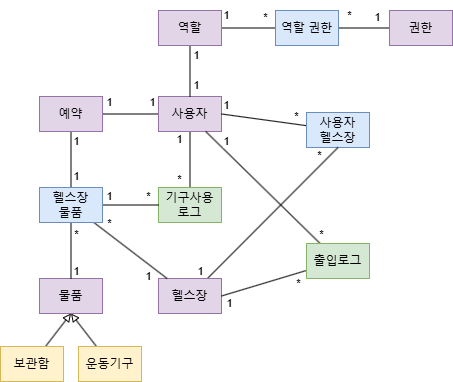
Before: domainModel250407.drawio.png, a diagram exported from draw.io (MK513/gymbarofit). Source tidied: cells renumbered, new cells last; positions are measured from the earlier drawing's top-left corner, leaving out a move shared by most shapes. The source it was exported from:
```xml
<mxGraphModel>
  <root>
    <mxCell id="0" />
    <mxCell id="1" parent="0" />
    <mxCell id="2" style="edgeStyle=orthogonalEdgeStyle;shape=connector;rounded=0;jettySize=auto;html=1;strokeColor=default;align=center;verticalAlign=middle;fontFamily=Helvetica;fontSize=11;fontColor=default;labelBackgroundColor=default;startFill=0;endArrow=none;" parent="1" edge="1" source="4" target="6">
      <mxGeometry relative="1" as="geometry" />
    </mxCell>
    <mxCell id="3" style="edgeStyle=orthogonalEdgeStyle;shape=connector;rounded=0;jettySize=auto;html=1;entryX=0.5;entryY=0;entryDx=0;entryDy=0;strokeColor=default;align=center;verticalAlign=middle;fontFamily=Helvetica;fontSize=11;fontColor=default;labelBackgroundColor=default;startFill=0;endArrow=none;" parent="1" edge="1" source="4" target="14">
      <mxGeometry relative="1" as="geometry" />
    </mxCell>
    <mxCell id="4" value="사용자" style="rounded=0;whiteSpace=wrap;html=1;fillColor=#e1d5e7;strokeColor=#9673a6;" parent="1" vertex="1">
      <mxGeometry x="158" y="96" width="63" height="35" as="geometry" />
    </mxCell>
    <mxCell id="5" style="edgeStyle=orthogonalEdgeStyle;shape=connector;rounded=0;jettySize=auto;html=1;entryX=0.5;entryY=0;entryDx=0;entryDy=0;strokeColor=default;align=center;verticalAlign=middle;fontFamily=Helvetica;fontSize=11;fontColor=default;labelBackgroundColor=default;startFill=0;endArrow=none;" parent="1" edge="1" source="6" target="27">
      <mxGeometry relative="1" as="geometry" />
    </mxCell>
    <mxCell id="6" value="예약" style="rounded=0;whiteSpace=wrap;html=1;fillColor=#e1d5e7;strokeColor=#9673a6;" parent="1" vertex="1">
      <mxGeometry x="39" y="96" width="63" height="35" as="geometry" />
    </mxCell>
    <mxCell id="7" value="물품" style="rounded=0;whiteSpace=wrap;html=1;fillColor=#e1d5e7;strokeColor=#9673a6;" parent="1" vertex="1">
      <mxGeometry x="39" y="278" width="63" height="35" as="geometry" />
    </mxCell>
    <mxCell id="8" style="shape=connector;rounded=0;jettySize=auto;html=1;entryX=0.5;entryY=1;entryDx=0;entryDy=0;strokeColor=default;align=center;verticalAlign=middle;fontFamily=Helvetica;fontSize=11;fontColor=default;labelBackgroundColor=default;startFill=0;endArrow=block;endFill=0;" parent="1" edge="1" source="9" target="7">
      <mxGeometry relative="1" as="geometry" />
    </mxCell>
    <mxCell id="9" value="보관함" style="rounded=0;whiteSpace=wrap;html=1;fillColor=#fff2cc;strokeColor=#d6b656;" parent="1" vertex="1">
      <mxGeometry y="346" width="63" height="35" as="geometry" />
    </mxCell>
    <mxCell id="10" style="edgeStyle=none;shape=connector;rounded=0;jettySize=auto;html=1;entryX=1;entryY=0.5;entryDx=0;entryDy=0;strokeColor=default;align=center;verticalAlign=middle;fontFamily=Helvetica;fontSize=11;fontColor=default;labelBackgroundColor=default;startFill=0;endArrow=none;" parent="1" edge="1" source="11" target="4">
      <mxGeometry relative="1" as="geometry" />
    </mxCell>
    <mxCell id="11" value="사용자&lt;div&gt;헬스장&lt;/div&gt;" style="rounded=0;whiteSpace=wrap;html=1;fillColor=#dae8fc;strokeColor=#6c8ebf;" parent="1" vertex="1">
      <mxGeometry x="306" y="112" width="63" height="35" as="geometry" />
    </mxCell>
    <mxCell id="12" style="edgeStyle=none;shape=connector;rounded=0;jettySize=auto;html=1;entryX=0.5;entryY=1;entryDx=0;entryDy=0;strokeColor=default;align=center;verticalAlign=middle;fontFamily=Helvetica;fontSize=11;fontColor=default;labelBackgroundColor=default;startFill=0;endArrow=none;" parent="1" edge="1" source="13" target="11">
      <mxGeometry relative="1" as="geometry" />
    </mxCell>
    <mxCell id="13" value="헬스장" style="rounded=0;whiteSpace=wrap;html=1;fillColor=#e1d5e7;strokeColor=#9673a6;" parent="1" vertex="1">
      <mxGeometry x="158" y="278" width="63" height="35" as="geometry" />
    </mxCell>
    <mxCell id="14" value="기구사용&lt;div&gt;로그&lt;/div&gt;" style="rounded=0;whiteSpace=wrap;html=1;fillColor=#d5e8d4;strokeColor=#82b366;" parent="1" vertex="1">
      <mxGeometry x="158" y="187" width="63" height="35" as="geometry" />
    </mxCell>
    <mxCell id="15" style="edgeStyle=none;shape=connector;rounded=0;jettySize=auto;html=1;entryX=1;entryY=0.5;entryDx=0;entryDy=0;strokeColor=default;align=center;verticalAlign=middle;fontFamily=Helvetica;fontSize=11;fontColor=default;labelBackgroundColor=default;startFill=0;endArrow=none;" parent="1" edge="1" source="17" target="13">
      <mxGeometry relative="1" as="geometry" />
    </mxCell>
    <mxCell id="16" style="edgeStyle=none;shape=connector;rounded=0;jettySize=auto;html=1;entryX=0.75;entryY=1;entryDx=0;entryDy=0;strokeColor=default;align=center;verticalAlign=middle;fontFamily=Helvetica;fontSize=11;fontColor=default;labelBackgroundColor=default;startFill=0;endArrow=none;" parent="1" edge="1" source="17" target="4">
      <mxGeometry relative="1" as="geometry" />
    </mxCell>
    <mxCell id="17" value="출입로그" style="rounded=0;whiteSpace=wrap;html=1;fillColor=#d5e8d4;strokeColor=#82b366;" parent="1" vertex="1">
      <mxGeometry x="306" y="243" width="63" height="35" as="geometry" />
    </mxCell>
    <mxCell id="18" style="edgeStyle=orthogonalEdgeStyle;rounded=0;jettySize=auto;html=1;entryX=0;entryY=0.5;entryDx=0;entryDy=0;strokeColor=default;endArrow=none;startFill=0;" parent="1" edge="1" source="20" target="22">
      <mxGeometry relative="1" as="geometry" />
    </mxCell>
    <mxCell id="19" style="edgeStyle=orthogonalEdgeStyle;rounded=0;jettySize=auto;html=1;entryX=0.5;entryY=0;entryDx=0;entryDy=0;endArrow=none;startFill=0;" parent="1" edge="1" source="20" target="4">
      <mxGeometry relative="1" as="geometry" />
    </mxCell>
    <mxCell id="20" value="역할" style="rounded=0;whiteSpace=wrap;html=1;fillColor=#e1d5e7;strokeColor=#9673a6;" parent="1" vertex="1">
      <mxGeometry x="158" y="10" width="63" height="35" as="geometry" />
    </mxCell>
    <mxCell id="21" style="edgeStyle=orthogonalEdgeStyle;rounded=0;jettySize=auto;html=1;entryX=0;entryY=0.5;entryDx=0;entryDy=0;endArrow=none;startFill=0;" parent="1" edge="1" source="22" target="23">
      <mxGeometry relative="1" as="geometry" />
    </mxCell>
    <mxCell id="22" value="역할 권한" style="rounded=0;whiteSpace=wrap;html=1;fillColor=#dae8fc;strokeColor=#6c8ebf;" parent="1" vertex="1">
      <mxGeometry x="275" y="10" width="63" height="35" as="geometry" />
    </mxCell>
    <mxCell id="23" value="권한" style="rounded=0;whiteSpace=wrap;html=1;fillColor=#e1d5e7;strokeColor=#9673a6;" parent="1" vertex="1">
      <mxGeometry x="389" y="10" width="63" height="35" as="geometry" />
    </mxCell>
    <mxCell id="24" style="edgeStyle=orthogonalEdgeStyle;shape=connector;rounded=0;jettySize=auto;html=1;entryX=0;entryY=0.5;entryDx=0;entryDy=0;strokeColor=default;align=center;verticalAlign=middle;fontFamily=Helvetica;fontSize=11;fontColor=default;labelBackgroundColor=default;startFill=0;endArrow=none;" parent="1" edge="1" source="27" target="14">
      <mxGeometry relative="1" as="geometry" />
    </mxCell>
    <mxCell id="25" style="edgeStyle=orthogonalEdgeStyle;shape=connector;rounded=0;jettySize=auto;html=1;strokeColor=default;align=center;verticalAlign=middle;fontFamily=Helvetica;fontSize=11;fontColor=default;labelBackgroundColor=default;startFill=0;endArrow=none;" parent="1" edge="1" source="27" target="7">
      <mxGeometry relative="1" as="geometry" />
    </mxCell>
    <mxCell id="26" style="shape=connector;rounded=0;jettySize=auto;html=1;strokeColor=default;align=center;verticalAlign=middle;fontFamily=Helvetica;fontSize=11;fontColor=default;labelBackgroundColor=default;startFill=0;endArrow=none;" parent="1" edge="1" source="27" target="13">
      <mxGeometry relative="1" as="geometry" />
    </mxCell>
    <mxCell id="27" value="헬스장&lt;div&gt;물품&lt;/div&gt;" style="rounded=0;whiteSpace=wrap;html=1;fillColor=#dae8fc;strokeColor=#6c8ebf;" parent="1" vertex="1">
      <mxGeometry x="39" y="187" width="63" height="35" as="geometry" />
    </mxCell>
    <mxCell id="28" style="shape=connector;rounded=0;jettySize=auto;html=1;entryX=0.5;entryY=1;entryDx=0;entryDy=0;strokeColor=default;align=center;verticalAlign=middle;fontFamily=Helvetica;fontSize=11;fontColor=default;labelBackgroundColor=default;startFill=0;endArrow=block;endFill=0;" parent="1" edge="1" source="29" target="7">
      <mxGeometry relative="1" as="geometry" />
    </mxCell>
    <mxCell id="29" value="운동기구" style="rounded=0;whiteSpace=wrap;html=1;fillColor=#fff2cc;strokeColor=#d6b656;" parent="1" vertex="1">
      <mxGeometry x="78" y="346" width="63" height="35" as="geometry" />
    </mxCell>
    <mxCell id="30" style="edgeStyle=orthogonalEdgeStyle;shape=connector;rounded=0;orthogonalLoop=1;jettySize=auto;html=1;exitX=0.5;exitY=1;exitDx=0;exitDy=0;strokeColor=default;align=center;verticalAlign=middle;fontFamily=Helvetica;fontSize=11;fontColor=default;labelBackgroundColor=default;startFill=0;endArrow=none;" parent="1" edge="1" source="11" target="11">
      <mxGeometry relative="1" as="geometry" />
    </mxCell>
    <mxCell id="31" value="1" style="text;html=1;align=center;verticalAlign=middle;whiteSpace=wrap;rounded=0;fontFamily=Helvetica;fontSize=11;fontColor=default;labelBackgroundColor=default;" parent="1" vertex="1">
      <mxGeometry x="185" y="40" width="23" height="30" as="geometry" />
    </mxCell>
    <mxCell id="32" value="1" style="text;html=1;align=center;verticalAlign=middle;whiteSpace=wrap;rounded=0;fontFamily=Helvetica;fontSize=11;fontColor=default;labelBackgroundColor=default;" parent="1" vertex="1">
      <mxGeometry x="185" y="70" width="23" height="30" as="geometry" />
    </mxCell>
    <mxCell id="33" value="1" style="text;html=1;align=center;verticalAlign=middle;whiteSpace=wrap;rounded=0;fontFamily=Helvetica;fontSize=11;fontColor=default;labelBackgroundColor=default;" parent="1" vertex="1">
      <mxGeometry x="215" width="23" height="30" as="geometry" />
    </mxCell>
    <mxCell id="34" value="1" style="text;html=1;align=center;verticalAlign=middle;whiteSpace=wrap;rounded=0;fontFamily=Helvetica;fontSize=11;fontColor=default;labelBackgroundColor=default;" parent="1" vertex="1">
      <mxGeometry x="366" y="2" width="23" height="30" as="geometry" />
    </mxCell>
    <mxCell id="35" value="*" style="text;html=1;align=center;verticalAlign=middle;whiteSpace=wrap;rounded=0;fontFamily=Helvetica;fontSize=11;fontColor=default;labelBackgroundColor=default;" parent="1" vertex="1">
      <mxGeometry x="254" y="2" width="23" height="30" as="geometry" />
    </mxCell>
    <mxCell id="36" value="*" style="text;html=1;align=center;verticalAlign=middle;whiteSpace=wrap;rounded=0;fontFamily=Helvetica;fontSize=11;fontColor=default;labelBackgroundColor=default;" parent="1" vertex="1">
      <mxGeometry x="338" width="23" height="30" as="geometry" />
    </mxCell>
    <mxCell id="37" value="1" style="text;html=1;align=center;verticalAlign=middle;whiteSpace=wrap;rounded=0;fontFamily=Helvetica;fontSize=11;fontColor=default;labelBackgroundColor=default;" parent="1" vertex="1">
      <mxGeometry x="215" y="90" width="23" height="30" as="geometry" />
    </mxCell>
    <mxCell id="38" value="1" style="text;html=1;align=center;verticalAlign=middle;whiteSpace=wrap;rounded=0;fontFamily=Helvetica;fontSize=11;fontColor=default;labelBackgroundColor=default;" parent="1" vertex="1">
      <mxGeometry x="189" y="256" width="23" height="30" as="geometry" />
    </mxCell>
    <mxCell id="39" value="*" style="text;html=1;align=center;verticalAlign=middle;whiteSpace=wrap;rounded=0;fontFamily=Helvetica;fontSize=11;fontColor=default;labelBackgroundColor=default;" parent="1" vertex="1">
      <mxGeometry x="285" y="101" width="23" height="30" as="geometry" />
    </mxCell>
    <mxCell id="40" value="*" style="text;html=1;align=center;verticalAlign=middle;whiteSpace=wrap;rounded=0;fontFamily=Helvetica;fontSize=11;fontColor=default;labelBackgroundColor=default;" parent="1" vertex="1">
      <mxGeometry x="308" y="140" width="23" height="30" as="geometry" />
    </mxCell>
    <mxCell id="41" value="*" style="text;html=1;align=center;verticalAlign=middle;whiteSpace=wrap;rounded=0;fontFamily=Helvetica;fontSize=11;fontColor=default;labelBackgroundColor=default;" parent="1" vertex="1">
      <mxGeometry x="65" y="219" width="23" height="30" as="geometry" />
    </mxCell>
    <mxCell id="42" value="*" style="text;html=1;align=center;verticalAlign=middle;whiteSpace=wrap;rounded=0;fontFamily=Helvetica;fontSize=11;fontColor=default;labelBackgroundColor=default;" parent="1" vertex="1">
      <mxGeometry x="98" y="208" width="23" height="30" as="geometry" />
    </mxCell>
    <mxCell id="43" value="1" style="text;html=1;align=center;verticalAlign=middle;whiteSpace=wrap;rounded=0;fontFamily=Helvetica;fontSize=11;fontColor=default;labelBackgroundColor=default;" parent="1" vertex="1">
      <mxGeometry x="137" y="261" width="23" height="30" as="geometry" />
    </mxCell>
    <mxCell id="44" value="1" style="text;html=1;align=center;verticalAlign=middle;whiteSpace=wrap;rounded=0;fontFamily=Helvetica;fontSize=11;fontColor=default;labelBackgroundColor=default;" parent="1" vertex="1">
      <mxGeometry x="65" y="256" width="23" height="30" as="geometry" />
    </mxCell>
    <mxCell id="45" value="1" style="text;html=1;align=center;verticalAlign=middle;whiteSpace=wrap;rounded=0;fontFamily=Helvetica;fontSize=11;fontColor=default;labelBackgroundColor=default;" parent="1" vertex="1">
      <mxGeometry x="215" y="126" width="23" height="30" as="geometry" />
    </mxCell>
    <mxCell id="46" value="1" style="text;html=1;align=center;verticalAlign=middle;whiteSpace=wrap;rounded=0;fontFamily=Helvetica;fontSize=11;fontColor=default;labelBackgroundColor=default;" parent="1" vertex="1">
      <mxGeometry x="218" y="288" width="23" height="30" as="geometry" />
    </mxCell>
    <mxCell id="47" value="*" style="text;html=1;align=center;verticalAlign=middle;whiteSpace=wrap;rounded=0;fontFamily=Helvetica;fontSize=11;fontColor=default;labelBackgroundColor=default;" parent="1" vertex="1">
      <mxGeometry x="310" y="219" width="23" height="30" as="geometry" />
    </mxCell>
    <mxCell id="48" value="*" style="text;html=1;align=center;verticalAlign=middle;whiteSpace=wrap;rounded=0;fontFamily=Helvetica;fontSize=11;fontColor=default;labelBackgroundColor=default;" parent="1" vertex="1">
      <mxGeometry x="287" y="268" width="23" height="30" as="geometry" />
    </mxCell>
    <mxCell id="49" value="*" style="text;html=1;align=center;verticalAlign=middle;whiteSpace=wrap;rounded=0;fontFamily=Helvetica;fontSize=11;fontColor=default;labelBackgroundColor=default;" parent="1" vertex="1">
      <mxGeometry x="137" y="181" width="23" height="30" as="geometry" />
    </mxCell>
    <mxCell id="50" value="1" style="text;html=1;align=center;verticalAlign=middle;whiteSpace=wrap;rounded=0;fontFamily=Helvetica;fontSize=11;fontColor=default;labelBackgroundColor=default;" parent="1" vertex="1">
      <mxGeometry x="98" y="181" width="23" height="30" as="geometry" />
    </mxCell>
    <mxCell id="51" value="1" style="text;html=1;align=center;verticalAlign=middle;whiteSpace=wrap;rounded=0;fontFamily=Helvetica;fontSize=11;fontColor=default;labelBackgroundColor=default;" parent="1" vertex="1">
      <mxGeometry x="168" y="124" width="23" height="30" as="geometry" />
    </mxCell>
    <mxCell id="52" value="*" style="text;html=1;align=center;verticalAlign=middle;whiteSpace=wrap;rounded=0;fontFamily=Helvetica;fontSize=11;fontColor=default;labelBackgroundColor=default;" parent="1" vertex="1">
      <mxGeometry x="170" y="164" width="19" height="30" as="geometry" />
    </mxCell>
    <mxCell id="53" value="1" style="text;html=1;align=center;verticalAlign=middle;whiteSpace=wrap;rounded=0;fontFamily=Helvetica;fontSize=11;fontColor=default;labelBackgroundColor=default;" parent="1" vertex="1">
      <mxGeometry x="141" y="87" width="23" height="30" as="geometry" />
    </mxCell>
    <mxCell id="54" value="1" style="text;html=1;align=center;verticalAlign=middle;whiteSpace=wrap;rounded=0;fontFamily=Helvetica;fontSize=11;fontColor=default;labelBackgroundColor=default;" parent="1" vertex="1">
      <mxGeometry x="98" y="87" width="23" height="30" as="geometry" />
    </mxCell>
    <mxCell id="55" value="1" style="text;html=1;align=center;verticalAlign=middle;whiteSpace=wrap;rounded=0;fontFamily=Helvetica;fontSize=11;fontColor=default;labelBackgroundColor=default;" parent="1" vertex="1">
      <mxGeometry x="65" y="126" width="23" height="30" as="geometry" />
    </mxCell>
    <mxCell id="56" value="1" style="text;html=1;align=center;verticalAlign=middle;whiteSpace=wrap;rounded=0;fontFamily=Helvetica;fontSize=11;fontColor=default;labelBackgroundColor=default;" parent="1" vertex="1">
      <mxGeometry x="65" y="161" width="23" height="30" as="geometry" />
    </mxCell>
  </root>
</mxGraphModel>
```
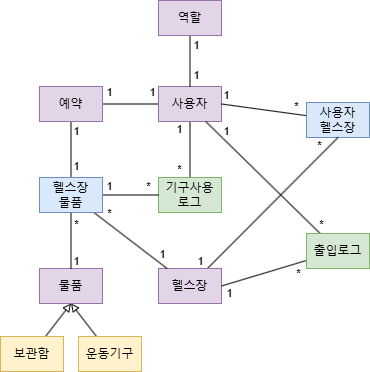
Above is the later version.

Diff of the diagram source:
```diff
@@ -50,24 +50,12 @@
     <mxCell id="17" value="출입로그" style="rounded=0;whiteSpace=wrap;html=1;fillColor=#d5e8d4;strokeColor=#82b366;" parent="1" vertex="1">
       <mxGeometry x="306" y="243" width="63" height="35" as="geometry" />
     </mxCell>
-    <mxCell id="18" style="edgeStyle=orthogonalEdgeStyle;rounded=0;jettySize=auto;html=1;entryX=0;entryY=0.5;entryDx=0;entryDy=0;strokeColor=default;endArrow=none;startFill=0;" parent="1" edge="1" source="20" target="22">
-      <mxGeometry relative="1" as="geometry" />
-    </mxCell>
     <mxCell id="19" style="edgeStyle=orthogonalEdgeStyle;rounded=0;jettySize=auto;html=1;entryX=0.5;entryY=0;entryDx=0;entryDy=0;endArrow=none;startFill=0;" parent="1" edge="1" source="20" target="4">
       <mxGeometry relative="1" as="geometry" />
     </mxCell>
     <mxCell id="20" value="역할" style="rounded=0;whiteSpace=wrap;html=1;fillColor=#e1d5e7;strokeColor=#9673a6;" parent="1" vertex="1">
       <mxGeometry x="158" y="10" width="63" height="35" as="geometry" />
     </mxCell>
-    <mxCell id="21" style="edgeStyle=orthogonalEdgeStyle;rounded=0;jettySize=auto;html=1;entryX=0;entryY=0.5;entryDx=0;entryDy=0;endArrow=none;startFill=0;" parent="1" edge="1" source="22" target="23">
-      <mxGeometry relative="1" as="geometry" />
-    </mxCell>
-    <mxCell id="22" value="역할 권한" style="rounded=0;whiteSpace=wrap;html=1;fillColor=#dae8fc;strokeColor=#6c8ebf;" parent="1" vertex="1">
-      <mxGeometry x="275" y="10" width="63" height="35" as="geometry" />
-    </mxCell>
-    <mxCell id="23" value="권한" style="rounded=0;whiteSpace=wrap;html=1;fillColor=#e1d5e7;strokeColor=#9673a6;" parent="1" vertex="1">
-      <mxGeometry x="389" y="10" width="63" height="35" as="geometry" />
-    </mxCell>
     <mxCell id="24" style="edgeStyle=orthogonalEdgeStyle;shape=connector;rounded=0;jettySize=auto;html=1;entryX=0;entryY=0.5;entryDx=0;entryDy=0;strokeColor=default;align=center;verticalAlign=middle;fontFamily=Helvetica;fontSize=11;fontColor=default;labelBackgroundColor=default;startFill=0;endArrow=none;" parent="1" edge="1" source="27" target="14">
       <mxGeometry relative="1" as="geometry" />
     </mxCell>
@@ -95,18 +83,6 @@
     <mxCell id="32" value="1" style="text;html=1;align=center;verticalAlign=middle;whiteSpace=wrap;rounded=0;fontFamily=Helvetica;fontSize=11;fontColor=default;labelBackgroundColor=default;" parent="1" vertex="1">
       <mxGeometry x="185" y="70" width="23" height="30" as="geometry" />
     </mxCell>
-    <mxCell id="33" value="1" style="text;html=1;align=center;verticalAlign=middle;whiteSpace=wrap;rounded=0;fontFamily=Helvetica;fontSize=11;fontColor=default;labelBackgroundColor=default;" parent="1" vertex="1">
-      <mxGeometry x="215" width="23" height="30" as="geometry" />
-    </mxCell>
-    <mxCell id="34" value="1" style="text;html=1;align=center;verticalAlign=middle;whiteSpace=wrap;rounded=0;fontFamily=Helvetica;fontSize=11;fontColor=default;labelBackgroundColor=default;" parent="1" vertex="1">
-      <mxGeometry x="366" y="2" width="23" height="30" as="geometry" />
-    </mxCell>
-    <mxCell id="35" value="*" style="text;html=1;align=center;verticalAlign=middle;whiteSpace=wrap;rounded=0;fontFamily=Helvetica;fontSize=11;fontColor=default;labelBackgroundColor=default;" parent="1" vertex="1">
-      <mxGeometry x="254" y="2" width="23" height="30" as="geometry" />
-    </mxCell>
-    <mxCell id="36" value="*" style="text;html=1;align=center;verticalAlign=middle;whiteSpace=wrap;rounded=0;fontFamily=Helvetica;fontSize=11;fontColor=default;labelBackgroundColor=default;" parent="1" vertex="1">
-      <mxGeometry x="338" width="23" height="30" as="geometry" />
-    </mxCell>
     <mxCell id="37" value="1" style="text;html=1;align=center;verticalAlign=middle;whiteSpace=wrap;rounded=0;fontFamily=Helvetica;fontSize=11;fontColor=default;labelBackgroundColor=default;" parent="1" vertex="1">
       <mxGeometry x="215" y="90" width="23" height="30" as="geometry" />
     </mxCell>
@@ -126,7 +102,7 @@
       <mxGeometry x="98" y="208" width="23" height="30" as="geometry" />
     </mxCell>
     <mxCell id="43" value="1" style="text;html=1;align=center;verticalAlign=middle;whiteSpace=wrap;rounded=0;fontFamily=Helvetica;fontSize=11;fontColor=default;labelBackgroundColor=default;" parent="1" vertex="1">
-      <mxGeometry x="137" y="261" width="23" height="30" as="geometry" />
+      <mxGeometry x="151" y="249" width="23" height="30" as="geometry" />
     </mxCell>
     <mxCell id="44" value="1" style="text;html=1;align=center;verticalAlign=middle;whiteSpace=wrap;rounded=0;fontFamily=Helvetica;fontSize=11;fontColor=default;labelBackgroundColor=default;" parent="1" vertex="1">
       <mxGeometry x="65" y="256" width="23" height="30" as="geometry" />
```
